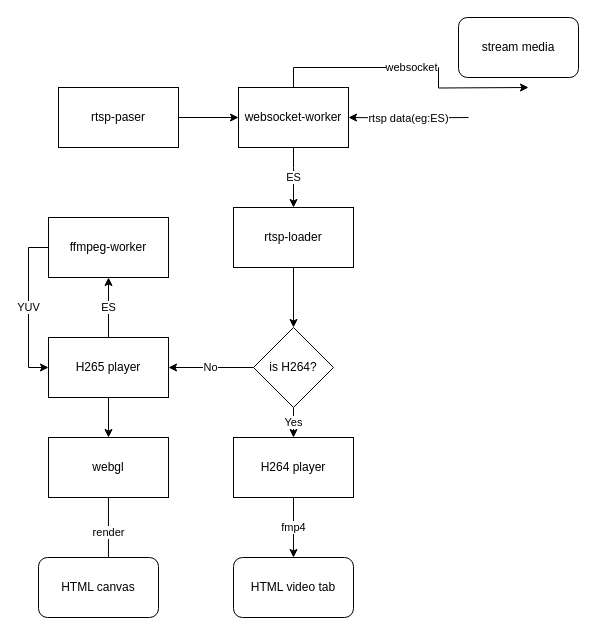
JumperMan/jm keeps this draw.io diagram as 第4版播放器数据流程图.drawio. Above is the earlier version. Source tidied: cells renumbered, new cells numbered last; positions are measured from the earlier drawing's top-left corner, leaving out a move shared by most shapes. Both pictures are drawn from the tidied source at 100%, with x=0, y=0 at pixel (28, 17).
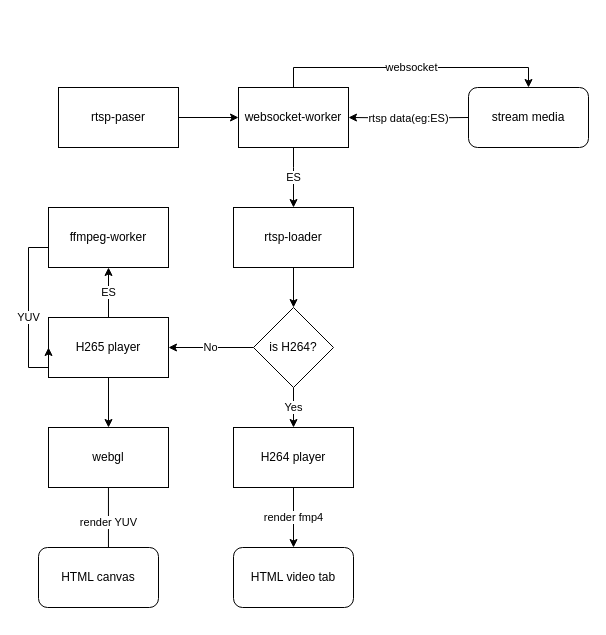
The same page after the edit.

Commit message (it also covers changes not shown here):
Update 第4版播放器数据流程图.drawio

Unchanged cells that the change refers to:
```xml
<mxCell id="8" value="websocket-worker" style="rounded=0;whiteSpace=wrap;html=1;" parent="1" vertex="1">
  <mxGeometry x="210" y="70" width="110" height="60" as="geometry" />
</mxCell>
```

The edit, as a diff of the source:
```diff
@@
-    <mxCell id="6" value="websocket" style="edgeStyle=orthogonalEdgeStyle;rounded=0;jettySize=auto;html=1;exitX=0.5;exitY=0;exitDx=0;exitDy=0;entryX=0.5;entryY=0;entryDx=0;entryDy=0;" parent="1" edge="1" source="8">
-      <mxGeometry relative="1" as="geometry">
-        <mxPoint x="500" y="70" as="targetPoint" />
-      </mxGeometry>
+    <mxCell id="6" value="websocket" style="edgeStyle=orthogonalEdgeStyle;rounded=0;jettySize=auto;html=1;exitX=0.5;exitY=0;exitDx=0;exitDy=0;entryX=0.5;entryY=0;entryDx=0;entryDy=0;" parent="1" edge="1" source="8" target="10">
+      <mxGeometry relative="1" as="geometry" />
     </mxCell>
@@
     <mxCell id="10" value="stream media" style="rounded=1;whiteSpace=wrap;html=1;" parent="1" vertex="1">
-      <mxGeometry x="430" width="120" height="60" as="geometry" />
+      <mxGeometry x="440" y="70" width="120" height="60" as="geometry" />
     </mxCell>
@@
     <mxCell id="13" value="is H264?" style="rhombus;whiteSpace=wrap;html=1;" parent="1" vertex="1">
-      <mxGeometry x="225" y="310" width="80" height="80" as="geometry" />
+      <mxGeometry x="225" y="290" width="80" height="80" as="geometry" />
     </mxCell>
@@
     <mxCell id="16" value="H265 player" style="rounded=0;whiteSpace=wrap;html=1;" parent="1" vertex="1">
-      <mxGeometry x="20" y="320" width="120" height="60" as="geometry" />
+      <mxGeometry x="20" y="300" width="120" height="60" as="geometry" />
     </mxCell>
-    <mxCell id="17" value="fmp4" style="edgeStyle=orthogonalEdgeStyle;rounded=0;jettySize=auto;html=1;" parent="1" edge="1" source="18" target="22">
+    <mxCell id="17" value="render fmp4" style="edgeStyle=orthogonalEdgeStyle;rounded=0;jettySize=auto;html=1;" parent="1" edge="1" source="18" target="22">
       <mxGeometry relative="1" as="geometry" />
     </mxCell>
     <mxCell id="18" value="H264 player" style="rounded=0;whiteSpace=wrap;html=1;" parent="1" vertex="1">
-      <mxGeometry x="205" y="420" width="120" height="60" as="geometry" />
+      <mxGeometry x="205" y="410" width="120" height="60" as="geometry" />
     </mxCell>
-    <mxCell id="19" value="render" style="edgeStyle=orthogonalEdgeStyle;rounded=0;jettySize=auto;html=1;entryX=0.583;entryY=0.167;entryDx=0;entryDy=0;entryPerimeter=0;" parent="1" edge="1" source="20" target="21">
+    <mxCell id="19" value="render YUV" style="edgeStyle=orthogonalEdgeStyle;rounded=0;jettySize=auto;html=1;entryX=0.583;entryY=0.167;entryDx=0;entryDy=0;entryPerimeter=0;" parent="1" edge="1" source="20" target="21">
       <mxGeometry relative="1" as="geometry" />
     </mxCell>
     <mxCell id="20" value="webgl" style="rounded=0;whiteSpace=wrap;html=1;" parent="1" vertex="1">
-      <mxGeometry x="20" y="420" width="120" height="60" as="geometry" />
+      <mxGeometry x="20" y="410" width="120" height="60" as="geometry" />
     </mxCell>
     <mxCell id="21" value="HTML canvas" style="rounded=1;whiteSpace=wrap;html=1;" parent="1" vertex="1">
-      <mxGeometry x="10" y="540" width="120" height="60" as="geometry" />
+      <mxGeometry x="10" y="530" width="120" height="60" as="geometry" />
     </mxCell>
     <mxCell id="22" value="HTML video tab" style="rounded=1;whiteSpace=wrap;html=1;" parent="1" vertex="1">
-      <mxGeometry x="205" y="540" width="120" height="60" as="geometry" />
+      <mxGeometry x="205" y="530" width="120" height="60" as="geometry" />
     </mxCell>
@@
     <mxCell id="24" value="ffmpeg-worker" style="rounded=0;whiteSpace=wrap;html=1;" parent="1" vertex="1">
-      <mxGeometry x="20" y="200" width="120" height="60" as="geometry" />
+      <mxGeometry x="20" y="190" width="120" height="60" as="geometry" />
     </mxCell>
```
